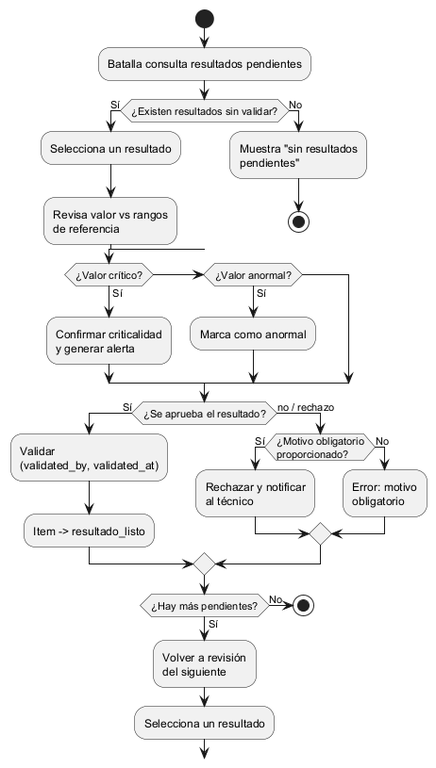
Before: tarea1-uml/actividad.png, a diagram exported from PlantUML (gioore/asii20-microhis-validacion-bioquimico-tareas).
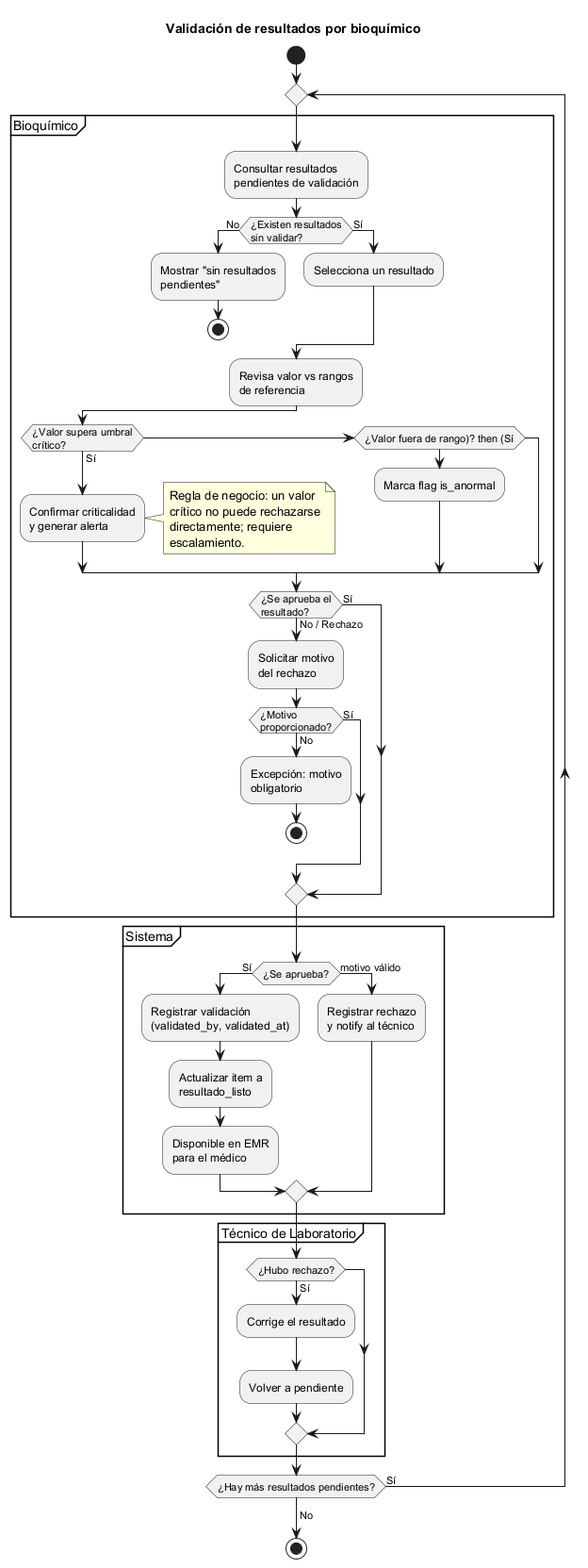
The same file after the commit.

Commit message:
tarea1: rebuild activity diagram with swimlanes, business rules and correction cycle (review)

Change to the diagram source:
```diff
@@ -1,36 +1,55 @@
 @startuml
+title Validación de resultados por bioquímico
 start
-:Batalla consulta resultados pendientes;
+repeat
+  partition "Bioquímico" {
+    :Consultar resultados\npendientes de validación;
+    if (¿Existen resultados\nsin validar?) then (No)
+      :Mostrar "sin resultados\npendientes";
+      stop
+    else (Sí)
+      :Selecciona un resultado;
+    endif
+    :Revisa valor vs rangos\nde referencia;
+    if (¿Valor supera umbral\ncrítico?) then (Sí)
+      :Confirmar criticalidad\ny generar alerta;
+      note right
+        Regla de negocio: un valor
+        crítico no puede rechazarse
+        directamente; requiere
+        escalamiento.
+      end note
+    elseif (¿Valor fuera de rango)? then (Sí)
+      :Marca flag is_anormal;
+    endif
+    if (¿Se aprueba el\nresultado?) then (Sí)
+    else (No / Rechazo)
+      :Solicitar motivo\ndel rechazo;
+      if (¿Motivo\nproporcionado?) then (Sí)
+      else (No)
+        :Excepción: motivo\nobligatorio;
+        stop
+      endif
+    endif
+  }
 
-if (¿Existen resultados sin validar?) then (Sí)
-  :Selecciona un resultado;
-  :Revisa valor vs rangos\nde referencia;
-else (No)
-  :Muestra "sin resultados\npendientes";
-  stop
-endif
+  partition "Sistema" {
+    if (¿Se aprueba?) then (Sí)
+      :Registrar validación\n(validated_by, validated_at);
+      :Actualizar item a\nresultado_listo;
+      :Disponible en EMR\npara el médico;
+    else (motivo válido)
+      :Registrar rechazo\ny notify al técnico;
+    endif
+  }
 
-if (¿Valor crítico?) then (Sí)
-  :Confirmar criticalidad\ny generar alerta;
-elseif (¿Valor anormal?) then (Sí)
-  :Marca como anormal;
-endif
-
-if (¿Se aprueba el resultado?) then (Sí)
-  :Validar\n(validated_by, validated_at);
-  :Item -> resultado_listo;
-else (no / rechazo)
-  if (¿Motivo obligatorio\nproporcionado?) then (Sí)
-    :Rechazar y notificar\nal técnico;
-  else (No)
-    :Error: motivo\nobligatorio;
-  endif
-endif
-
-if (¿Hay más pendientes?) then (Sí)
-  :Volver a revisión\ndel siguiente;
-  :Selecciona un resultado;
-else (No)
-  stop
-endif
+  partition "Técnico de Laboratorio" {
+    if (¿Hubo rechazo?) then (Sí)
+      :Corrige el resultado;
+      :Volver a pendiente;
+    endif
+  }
+repeat while (¿Hay más resultados pendientes?) is (Sí)
+-> No;
+stop
 @enduml
```
